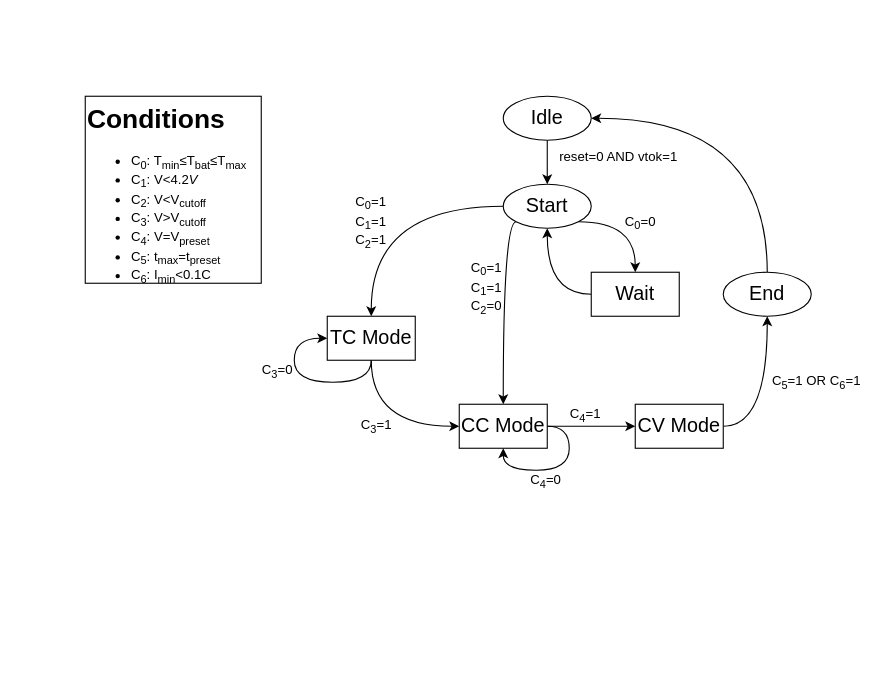
This is stateMachine.drawio from FranciscoPRosa/SoC, a draw.io file, before an edit. Source tidied: cells renumbered, new cells numbered last; positions are measured from the earlier drawing's top-left corner, leaving out a move shared by most shapes. Both pictures are drawn from the tidied source at 110%, with x=0, y=0 at pixel (85, 96).
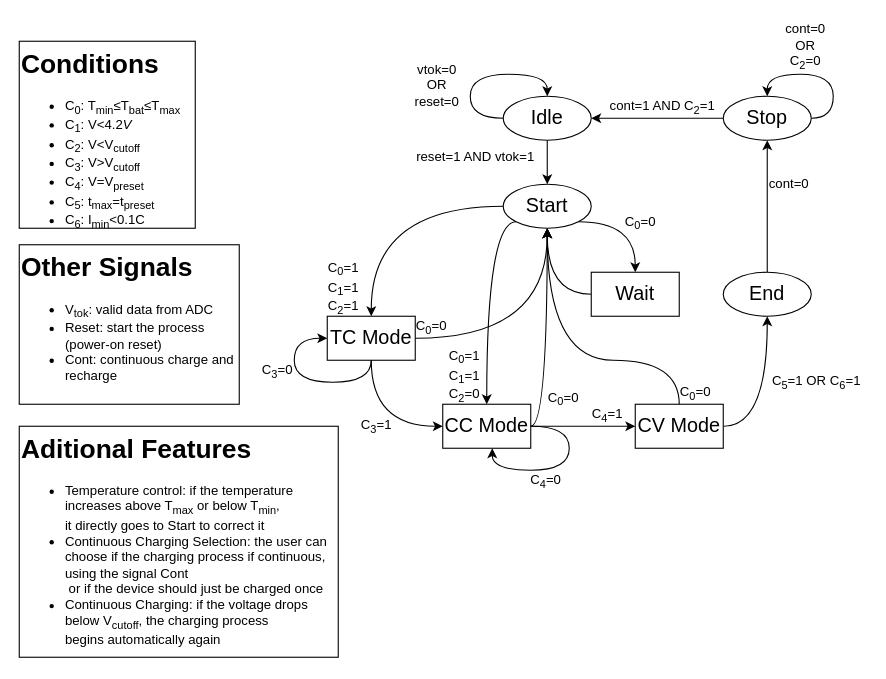
The same diagram, later.

The change refers to these unchanged cells:
```xml
<mxCell id="3" value="&lt;font style=&quot;font-size: 18px;&quot;&gt;Idle&lt;/font&gt;" style="ellipse;whiteSpace=wrap;html=1;" parent="1" vertex="1">
  <mxGeometry x="380" width="80" height="40" as="geometry" />
</mxCell>
<mxCell id="9" value="&lt;font style=&quot;font-size: 18px;&quot;&gt;Start&lt;/font&gt;" style="ellipse;whiteSpace=wrap;html=1;" parent="1" vertex="1">
  <mxGeometry x="380" y="80" width="80" height="40" as="geometry" />
</mxCell>
<mxCell id="16" value="&lt;font style=&quot;font-size: 18px;&quot;&gt;End&lt;/font&gt;" style="ellipse;whiteSpace=wrap;html=1;" parent="1" vertex="1">
  <mxGeometry x="580" y="160" width="80" height="40" as="geometry" />
</mxCell>
<mxCell id="18" value="&lt;font style=&quot;font-size: 18px;&quot;&gt;TC Mode&lt;/font&gt;" style="whiteSpace=wrap;html=1;rounded=0;" parent="1" vertex="1">
  <mxGeometry x="220" y="200" width="80" height="40" as="geometry" />
</mxCell>
<mxCell id="20" value="&lt;font style=&quot;font-size: 18px;&quot;&gt;CV Mode&lt;/font&gt;" style="whiteSpace=wrap;html=1;rounded=0;" parent="1" vertex="1">
  <mxGeometry x="500" y="280" width="80" height="40" as="geometry" />
</mxCell>
```

What changed in the source:
```diff
@@
+    <mxCell id="30" style="edgeStyle=orthogonalEdgeStyle;rounded=0;orthogonalLoop=1;jettySize=auto;html=1;entryX=0.5;entryY=0;entryDx=0;entryDy=0;curved=1;" parent="1" edge="1" source="3" target="3">
+      <mxGeometry relative="1" as="geometry">
+        <Array as="points">
+          <mxPoint x="350" y="20" />
+          <mxPoint x="350" y="-20" />
+          <mxPoint x="420" y="-20" />
+        </Array>
+      </mxGeometry>
+    </mxCell>
@@
     <mxCell id="4" value="&lt;h1 style=&quot;margin-top: 0px;&quot;&gt;Conditions&lt;/h1&gt;&lt;ul&gt;&lt;li&gt;C&lt;sub&gt;0&lt;/sub&gt;: T&lt;sub&gt;min&lt;/sub&gt;≤T&lt;sub&gt;bat&lt;/sub&gt;≤T&lt;sub&gt;max&lt;/sub&gt;&lt;/li&gt;&lt;li&gt;C&lt;sub&gt;1&lt;/sub&gt;: V&amp;lt;4.2&lt;i&gt;V&lt;/i&gt;&lt;/li&gt;&lt;li&gt;C&lt;sub&gt;2&lt;/sub&gt;: V&amp;lt;V&lt;sub&gt;cutoff&lt;/sub&gt;&lt;/li&gt;&lt;li&gt;C&lt;sub&gt;3&lt;/sub&gt;: V&amp;gt;V&lt;sub&gt;cutoff&lt;/sub&gt;&lt;/li&gt;&lt;li&gt;C&lt;sub&gt;4&lt;/sub&gt;: V=V&lt;sub&gt;preset&lt;/sub&gt;&lt;/li&gt;&lt;li&gt;C&lt;sub&gt;5&lt;/sub&gt;: t&lt;sub&gt;max&lt;/sub&gt;=t&lt;sub&gt;preset&lt;/sub&gt;&lt;/li&gt;&lt;li&gt;C&lt;sub&gt;6&lt;/sub&gt;: I&lt;sub&gt;min&lt;/sub&gt;&amp;lt;0.1C&lt;br&gt;&lt;/li&gt;&lt;/ul&gt;" style="text;html=1;whiteSpace=wrap;overflow=hidden;rounded=0;strokeColor=default;fillColor=default;" parent="1" vertex="1">
-      <mxGeometry width="160" height="170" as="geometry" />
+      <mxGeometry x="-60" y="-50" width="160" height="170" as="geometry" />
     </mxCell>
@@
-    <mxCell id="7" style="edgeStyle=orthogonalEdgeStyle;rounded=0;jettySize=auto;html=1;exitX=0;exitY=1;exitDx=0;exitDy=0;entryX=0.5;entryY=0;entryDx=0;entryDy=0;curved=1;" parent="1" edge="1" source="9" target="14">
+    <mxCell id="7" style="edgeStyle=orthogonalEdgeStyle;rounded=0;jettySize=auto;html=1;exitX=0;exitY=1;exitDx=0;exitDy=0;curved=1;entryX=0.5;entryY=0;entryDx=0;entryDy=0;" parent="1" edge="1" source="9" target="14">
       <mxGeometry relative="1" as="geometry">
         <Array as="points">
-          <mxPoint x="380" y="114" />
+          <mxPoint x="365" y="114" />
         </Array>
       </mxGeometry>
     </mxCell>
@@
     <mxCell id="10" value="&lt;div&gt;C&lt;sub&gt;0&lt;/sub&gt;=1&lt;/div&gt;&lt;div&gt;C&lt;sub&gt;1&lt;/sub&gt;=1&lt;/div&gt;&lt;div&gt;C&lt;sub&gt;2&lt;/sub&gt;=1&lt;br&gt;&lt;/div&gt;" style="text;html=1;align=center;verticalAlign=middle;whiteSpace=wrap;rounded=0;" parent="1" vertex="1">
-      <mxGeometry x="245" y="90" width="30" height="50" as="geometry" />
+      <mxGeometry x="220" y="150" width="30" height="50" as="geometry" />
     </mxCell>
@@
-    <mxCell id="12" value="reset=0 AND vtok=1" style="text;html=1;align=center;verticalAlign=middle;whiteSpace=wrap;rounded=0;" parent="1" vertex="1">
-      <mxGeometry x="430" y="40" width="110" height="30" as="geometry" />
+    <mxCell id="12" value="cont=0" style="text;html=1;align=center;verticalAlign=middle;whiteSpace=wrap;rounded=0;" parent="1" vertex="1">
+      <mxGeometry x="620" y="70" width="40" height="20" as="geometry" />
     </mxCell>
@@
+    <mxCell id="31" style="edgeStyle=orthogonalEdgeStyle;rounded=0;jettySize=auto;html=1;entryX=0.5;entryY=1;entryDx=0;entryDy=0;curved=1;" parent="1" edge="1" source="14" target="9">
+      <mxGeometry relative="1" as="geometry">
+        <Array as="points">
+          <mxPoint x="420" y="300" />
+        </Array>
+      </mxGeometry>
+    </mxCell>
     <mxCell id="14" value="&lt;font style=&quot;font-size: 18px;&quot;&gt;CC Mode&lt;/font&gt;" style="whiteSpace=wrap;html=1;rounded=0;" parent="1" vertex="1">
-      <mxGeometry x="340" y="280" width="80" height="40" as="geometry" />
+      <mxGeometry x="325" y="280" width="80" height="40" as="geometry" />
     </mxCell>
-    <mxCell id="15" style="edgeStyle=orthogonalEdgeStyle;rounded=0;jettySize=auto;html=1;entryX=1;entryY=0.5;entryDx=0;entryDy=0;curved=1;" parent="1" edge="1" source="16" target="3">
-      <mxGeometry relative="1" as="geometry">
-        <Array as="points">
-          <mxPoint x="620" y="20" />
-        </Array>
-      </mxGeometry>
-    </mxCell>
+    <mxCell id="32" style="edgeStyle=orthogonalEdgeStyle;rounded=0;jettySize=auto;html=1;entryX=0.5;entryY=1;entryDx=0;entryDy=0;curved=1;" parent="1" edge="1" source="16" target="39">
+      <mxGeometry relative="1" as="geometry" />
+    </mxCell>
@@
+    <mxCell id="33" style="edgeStyle=orthogonalEdgeStyle;rounded=0;jettySize=auto;html=1;entryX=0.5;entryY=1;entryDx=0;entryDy=0;curved=1;" parent="1" edge="1" source="18" target="9">
+      <mxGeometry relative="1" as="geometry" />
+    </mxCell>
@@
+    <mxCell id="34" style="edgeStyle=orthogonalEdgeStyle;rounded=0;jettySize=auto;html=1;entryX=0.5;entryY=1;entryDx=0;entryDy=0;curved=1;" parent="1" edge="1" source="20" target="9">
+      <mxGeometry relative="1" as="geometry">
+        <Array as="points">
+          <mxPoint x="540" y="240" />
+          <mxPoint x="420" y="240" />
+        </Array>
+      </mxGeometry>
+    </mxCell>
@@
-    <mxCell id="22" style="edgeStyle=orthogonalEdgeStyle;rounded=0;orthogonalLoop=1;jettySize=auto;html=1;entryX=0.5;entryY=1;entryDx=0;entryDy=0;curved=1;" parent="1" edge="1" source="14" target="14">
+    <mxCell id="22" style="edgeStyle=orthogonalEdgeStyle;rounded=0;jettySize=auto;html=1;curved=1;" parent="1" edge="1" source="14">
       <mxGeometry relative="1" as="geometry">
+        <mxPoint x="370" y="320" as="targetPoint" />
         <Array as="points">
           <mxPoint x="440" y="300" />
           <mxPoint x="440" y="340" />
-          <mxPoint x="380" y="340" />
+          <mxPoint x="370" y="340" />
+          <mxPoint x="370" y="320" />
         </Array>
       </mxGeometry>
     </mxCell>
     <mxCell id="23" value="&lt;div&gt;C&lt;sub&gt;0&lt;/sub&gt;=1&lt;/div&gt;&lt;div&gt;C&lt;sub&gt;1&lt;/sub&gt;=1&lt;/div&gt;&lt;div&gt;C&lt;sub&gt;2&lt;/sub&gt;=0&lt;br&gt;&lt;/div&gt;" style="text;html=1;align=center;verticalAlign=middle;whiteSpace=wrap;rounded=0;" parent="1" vertex="1">
-      <mxGeometry x="350" y="150" width="30" height="50" as="geometry" />
+      <mxGeometry x="330" y="230" width="30" height="50" as="geometry" />
     </mxCell>
@@
     <mxCell id="28" value="&lt;div&gt;C&lt;sub&gt;4&lt;/sub&gt;=1&lt;/div&gt;" style="text;html=1;align=center;verticalAlign=middle;whiteSpace=wrap;rounded=0;" parent="1" vertex="1">
-      <mxGeometry x="440" y="280" width="30" height="20" as="geometry" />
+      <mxGeometry x="460" y="280" width="30" height="20" as="geometry" />
     </mxCell>
@@
+    <mxCell id="35" value="&lt;h1 style=&quot;margin-top: 0px;&quot;&gt;Other Signals&lt;br&gt;&lt;/h1&gt;&lt;ul&gt;&lt;li&gt;V&lt;sub&gt;tok&lt;/sub&gt;: valid data from ADC&lt;/li&gt;&lt;li&gt;Reset: start the process (power-on reset)&lt;br&gt;&lt;/li&gt;&lt;li&gt;Cont: continuous charge and recharge&lt;br&gt;&lt;/li&gt;&lt;/ul&gt;" style="text;html=1;whiteSpace=wrap;overflow=hidden;rounded=0;strokeColor=default;fillColor=default;" parent="1" vertex="1">
+      <mxGeometry x="-60" y="135" width="200" height="145" as="geometry" />
+    </mxCell>
+    <mxCell id="36" value="reset=1 AND vtok=1" style="text;html=1;align=center;verticalAlign=middle;whiteSpace=wrap;rounded=0;" parent="1" vertex="1">
+      <mxGeometry x="300" y="40" width="110" height="30" as="geometry" />
+    </mxCell>
+    <mxCell id="37" style="edgeStyle=orthogonalEdgeStyle;rounded=0;orthogonalLoop=1;jettySize=auto;html=1;entryX=0.5;entryY=0;entryDx=0;entryDy=0;curved=1;" parent="1" edge="1" source="39" target="39">
+      <mxGeometry relative="1" as="geometry">
+        <Array as="points">
+          <mxPoint x="680" y="20" />
+          <mxPoint x="680" y="-20" />
+          <mxPoint x="620" y="-20" />
+        </Array>
+      </mxGeometry>
+    </mxCell>
+    <mxCell id="38" style="edgeStyle=orthogonalEdgeStyle;rounded=0;jettySize=auto;html=1;entryX=1;entryY=0.5;entryDx=0;entryDy=0;" parent="1" edge="1" source="39" target="3">
+      <mxGeometry relative="1" as="geometry" />
+    </mxCell>
+    <mxCell id="39" value="&lt;font style=&quot;font-size: 18px;&quot;&gt;Stop&lt;/font&gt;" style="ellipse;whiteSpace=wrap;html=1;" parent="1" vertex="1">
+      <mxGeometry x="580" width="80" height="40" as="geometry" />
+    </mxCell>
+    <mxCell id="40" value="cont=0 OR C&lt;sub&gt;2&lt;/sub&gt;=0" style="text;html=1;align=center;verticalAlign=middle;whiteSpace=wrap;rounded=0;" parent="1" vertex="1">
+      <mxGeometry x="630" y="-70" width="50" height="50" as="geometry" />
+    </mxCell>
+    <mxCell id="41" value="vtok=0 OR reset=0" style="text;html=1;align=center;verticalAlign=middle;whiteSpace=wrap;rounded=0;" parent="1" vertex="1">
+      <mxGeometry x="300" y="-30" width="40" height="40" as="geometry" />
+    </mxCell>
+    <mxCell id="42" value="cont=1 AND C&lt;sub&gt;2&lt;/sub&gt;=1" style="text;html=1;align=center;verticalAlign=middle;whiteSpace=wrap;rounded=0;" parent="1" vertex="1">
+      <mxGeometry x="470" width="110" height="20" as="geometry" />
+    </mxCell>
+    <mxCell id="43" value="&lt;div&gt;C&lt;sub&gt;0&lt;/sub&gt;=0&lt;/div&gt;" style="text;html=1;align=center;verticalAlign=middle;whiteSpace=wrap;rounded=0;" parent="1" vertex="1">
+      <mxGeometry x="420" y="265" width="30" height="20" as="geometry" />
+    </mxCell>
+    <mxCell id="44" value="&lt;div&gt;C&lt;sub&gt;0&lt;/sub&gt;=0&lt;/div&gt;" style="text;html=1;align=center;verticalAlign=middle;whiteSpace=wrap;rounded=0;" parent="1" vertex="1">
+      <mxGeometry x="300" y="200" width="30" height="20" as="geometry" />
+    </mxCell>
+    <mxCell id="45" value="&lt;div&gt;C&lt;sub&gt;0&lt;/sub&gt;=0&lt;/div&gt;" style="text;html=1;align=center;verticalAlign=middle;whiteSpace=wrap;rounded=0;" parent="1" vertex="1">
+      <mxGeometry x="540" y="260" width="30" height="20" as="geometry" />
+    </mxCell>
+    <mxCell id="46" value="&lt;h1 style=&quot;margin-top: 0px;&quot;&gt;Aditional Features&lt;/h1&gt;&lt;ul&gt;&lt;li&gt;&lt;div align=&quot;left&quot;&gt;Temperature control: if the temperature increases above T&lt;sub&gt;max&lt;/sub&gt; or below T&lt;sub&gt;min&lt;/sub&gt;,&amp;nbsp;&lt;/div&gt;&lt;div align=&quot;left&quot;&gt;it directly goes to Start to correct it&lt;/div&gt;&lt;/li&gt;&lt;li&gt;&lt;div align=&quot;left&quot;&gt;Continuous Charging Selection: the user can choose if the charging process if continuous, using the signal Cont&lt;br&gt;&lt;/div&gt;&lt;div align=&quot;left&quot;&gt;&amp;nbsp;or if the device should just be charged once&lt;/div&gt;&lt;/li&gt;&lt;li&gt;&lt;div align=&quot;left&quot;&gt;Continuous Charging: if the voltage drops below V&lt;sub&gt;cutoff&lt;/sub&gt;, the charging process&amp;nbsp;&lt;/div&gt;&lt;div align=&quot;left&quot;&gt;begins automatically again&lt;br&gt; &lt;/div&gt;&lt;/li&gt;&lt;/ul&gt;" style="text;html=1;whiteSpace=wrap;overflow=hidden;rounded=0;strokeColor=default;fillColor=default;" parent="1" vertex="1">
+      <mxGeometry x="-60" y="300" width="290" height="210" as="geometry" />
+    </mxCell>
```
